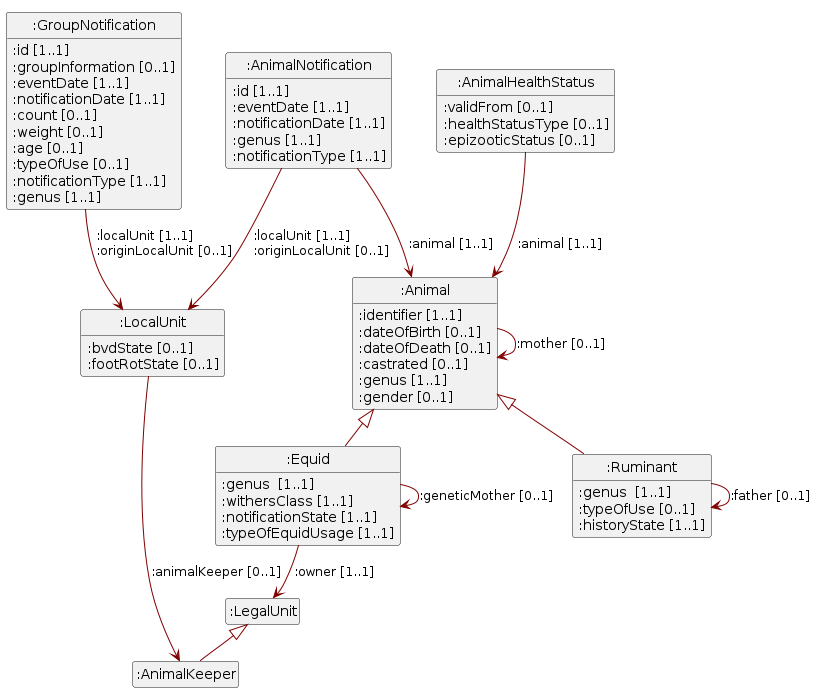
blw-ofag-ufag/eCH-0309 keeps this PlantUML diagram as assets/img/uml.png. Above is the earlier version.
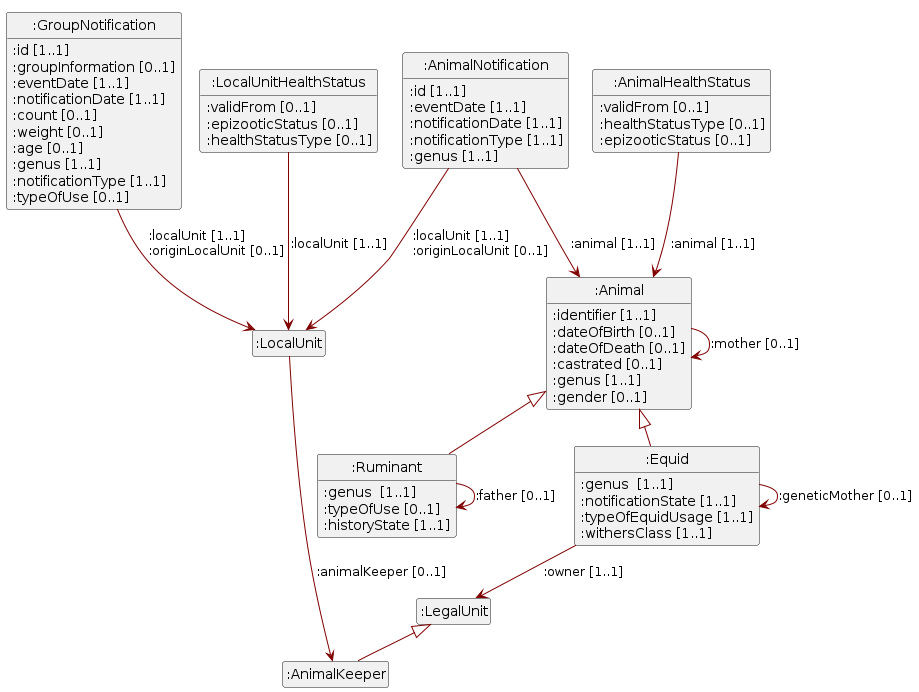
Above is the later version.

The edit, as a diff of the source:
```diff
@@ -11,11 +11,16 @@
 Class ":Equid"
 ":Equid" --> ":LegalUnit" : :owner [1..1]
 ":Equid" : :genus  [1..1]
+":Equid" --> ":Equid" : :geneticMother<U+00A0>[0..1]
+":Equid" : :notificationState [1..1]
+":Equid" : :typeOfEquidUsage [1..1]
 ":Equid" : :withersClass [1..1]
-":Equid" : :notificationState [1..1]
-":Equid" --> ":Equid" : :geneticMother<U+00A0>[0..1]
-":Equid" : :typeOfEquidUsage [1..1]
 Class ":LegalUnit"
+Class ":Ruminant"
+":Ruminant" : :genus  [1..1]
+":Ruminant" --> ":Ruminant" : :father<U+00A0>[0..1]
+":Ruminant" : :typeOfUse [0..1]
+":Ruminant" : :historyState [1..1]
 Class ":GroupNotification"
 ":GroupNotification" : :id [1..1]
 ":GroupNotification" : :groupInformation [0..1]
@@ -24,28 +29,26 @@
 ":GroupNotification" : :count [0..1]
 ":GroupNotification" : :weight [0..1]
 ":GroupNotification" : :age [0..1]
+":GroupNotification" --> ":LocalUnit" : :localUnit<U+00A0>[1..1]  \l:originLocalUnit<U+00A0>[0..1]
+":GroupNotification" : :genus [1..1]
+":GroupNotification" : :notificationType [1..1]
 ":GroupNotification" : :typeOfUse [0..1]
-":GroupNotification" --> ":LocalUnit" : :localUnit<U+00A0>[1..1]  \l:originLocalUnit<U+00A0>[0..1]
-":GroupNotification" : :notificationType [1..1]
-":GroupNotification" : :genus [1..1]
-Class ":Ruminant"
-":Ruminant" : :genus  [1..1]
-":Ruminant" --> ":Ruminant" : :father<U+00A0>[0..1]
-":Ruminant" : :typeOfUse [0..1]
-":Ruminant" : :historyState [1..1]
 Class ":AnimalKeeper"
 Class ":AnimalNotification"
 ":AnimalNotification" : :id [1..1]
 ":AnimalNotification" : :eventDate [1..1]
 ":AnimalNotification" : :notificationDate [1..1]
 ":AnimalNotification" --> ":Animal" : :animal<U+00A0>[1..1]
-":AnimalNotification" : :genus [1..1]
 ":AnimalNotification" --> ":LocalUnit" : :localUnit<U+00A0>[1..1]  \l:originLocalUnit<U+00A0>[0..1]
 ":AnimalNotification" : :notificationType [1..1]
+":AnimalNotification" : :genus [1..1]
 Class ":LocalUnit"
 ":LocalUnit" --> ":AnimalKeeper" : :animalKeeper [0..1]
-":LocalUnit" : :bvdState [0..1]
-":LocalUnit" : :footRotState [0..1]
+Class ":LocalUnitHealthStatus"
+":LocalUnitHealthStatus" : :validFrom [0..1]
+":LocalUnitHealthStatus" : :epizooticStatus [0..1]
+":LocalUnitHealthStatus" --> ":LocalUnit" : :localUnit<U+00A0>[1..1]
+":LocalUnitHealthStatus" : :healthStatusType [0..1]
 Class ":AnimalHealthStatus"
 ":AnimalHealthStatus" : :validFrom [0..1]
 ":AnimalHealthStatus" --> ":Animal" : :animal<U+00A0>[1..1]
@@ -56,8 +59,8 @@
 ":Animal" : :dateOfBirth [0..1]
 ":Animal" : :dateOfDeath [0..1]
 ":Animal" : :castrated [0..1]
+":Animal" --> ":Animal" : :mother<U+00A0>[0..1]
 ":Animal" : :genus [1..1]
-":Animal" --> ":Animal" : :mother<U+00A0>[0..1]
 ":Animal" : :gender [0..1]
 ":Animal" <|-- ":Equid"
 ":Animal" <|-- ":Ruminant"
```
